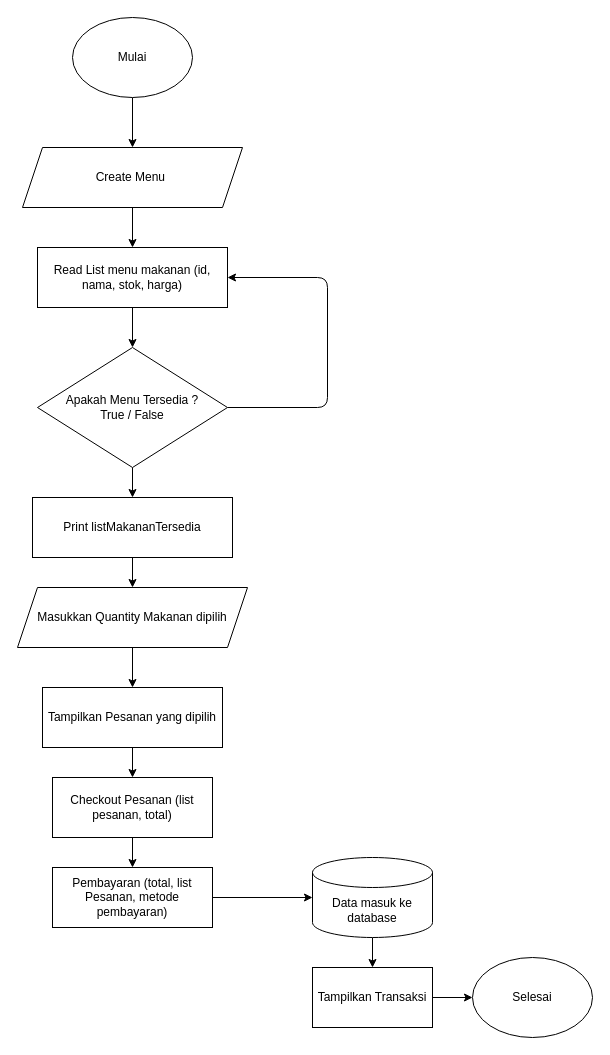
The draw.io diagram flowchart.drawio in faizarachma/faiza_rachma-orderMakananOnline, before the edit. Source tidied: cells renumbered, new cells numbered last; positions are measured from the earlier drawing's top-left corner, leaving out a move shared by most shapes. Both pictures are drawn from the tidied source at 100%, with x=0, y=0 at pixel (17, 17).
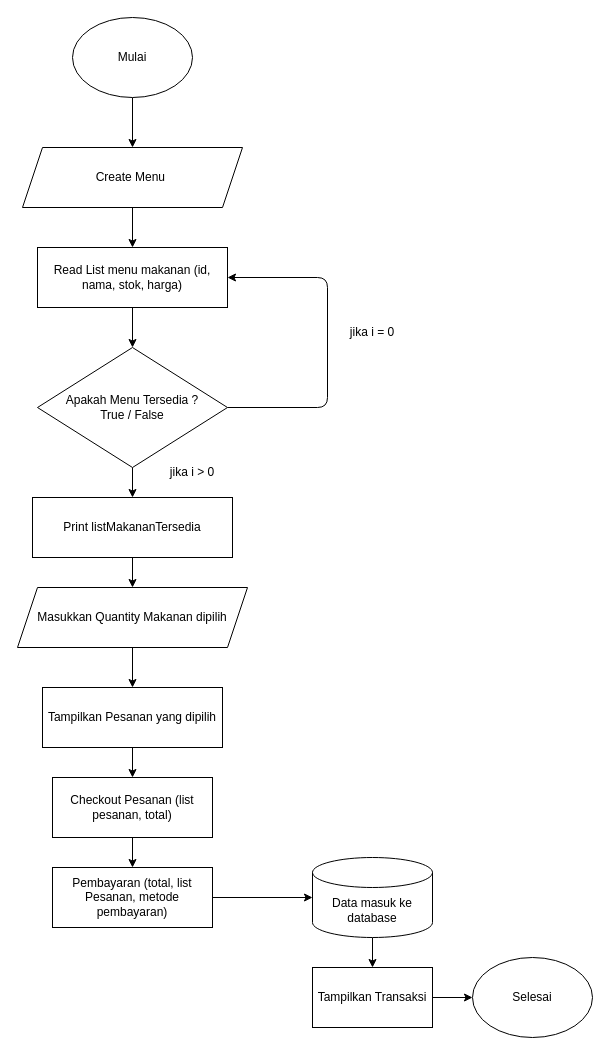
After the change.

Commit message:
Update kondisi percabangan

Change to the diagram source:
```diff
@@
+    <mxCell id="26" value="jika i = 0" style="text;html=1;strokeColor=none;fillColor=none;align=center;verticalAlign=middle;whiteSpace=wrap;rounded=0;" parent="1" vertex="1">
+      <mxGeometry x="325" y="300" width="60" height="30" as="geometry" />
+    </mxCell>
+    <mxCell id="27" value="jika i &amp;gt; 0" style="text;html=1;strokeColor=none;fillColor=none;align=center;verticalAlign=middle;whiteSpace=wrap;rounded=0;" parent="1" vertex="1">
+      <mxGeometry x="145" y="440" width="60" height="30" as="geometry" />
+    </mxCell>
```
